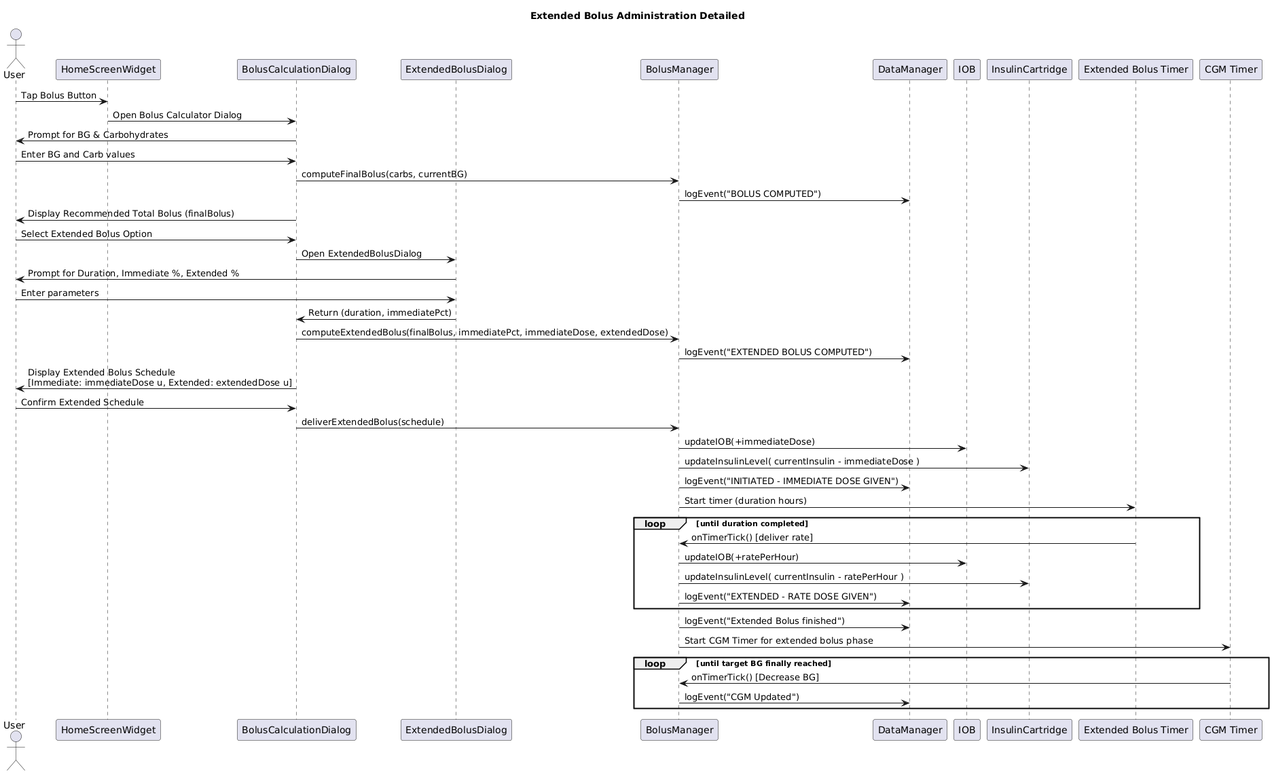
Before: Sequence Diagrams/ExtendedBolus.png, a diagram exported from PlantUML (nik3tR/Insulin-Pump-Sim).
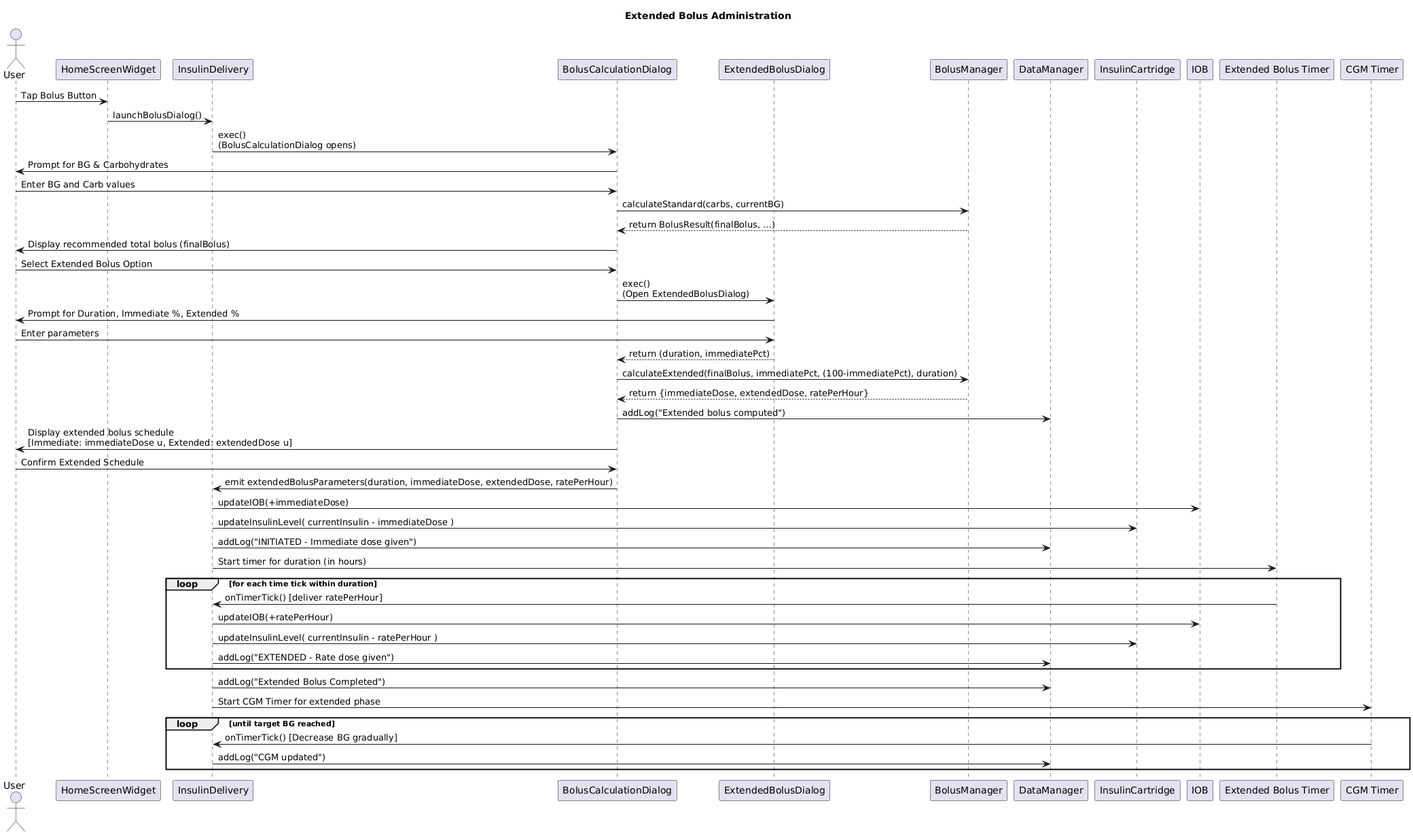
The same file after the commit.

What changed in the source:
```diff
@@ -1,53 +1,56 @@
 @startuml
-title Extended Bolus Administration Detailed
+title Extended Bolus Administration
 
 actor User
 participant "HomeScreenWidget" as HS
+participant "InsulinDelivery" as ID
 participant "BolusCalculationDialog" as BCD
 participant "ExtendedBolusDialog" as EBD
 participant "BolusManager" as BM
 participant "DataManager" as DM
+participant "InsulinCartridge" as IC
 participant "IOB" as IOB
-participant "InsulinCartridge" as IC
 participant "Extended Bolus Timer" as ExtTimer
-participant "CGM Timer" as CGM_Timer
+participant "CGM Timer" as CGMTimer
 
 User -> HS: Tap Bolus Button
-HS -> BCD: Open Bolus Calculator Dialog
+HS -> ID: launchBolusDialog()
+ID -> BCD: exec() \n(BolusCalculationDialog opens)
 BCD -> User: Prompt for BG & Carbohydrates
 User -> BCD: Enter BG and Carb values
-BCD -> BM: computeFinalBolus(carbs, currentBG)
-BM -> DM: logEvent("BOLUS COMPUTED")
-BCD -> User: Display Recommended Total Bolus (finalBolus)
+BCD -> BM: calculateStandard(carbs, currentBG)
+BM --> BCD: return BolusResult(finalBolus, …)
+BCD -> User: Display recommended total bolus (finalBolus)
 
 User -> BCD: Select Extended Bolus Option
-BCD -> EBD: Open ExtendedBolusDialog
+BCD -> EBD: exec() \n(Open ExtendedBolusDialog)
 EBD -> User: Prompt for Duration, Immediate %, Extended %
 User -> EBD: Enter parameters
-EBD -> BCD: Return (duration, immediatePct)
+EBD --> BCD: return (duration, immediatePct)
 
-BCD -> BM: computeExtendedBolus(finalBolus, immediatePct, immediateDose, extendedDose)
-BM -> DM: logEvent("EXTENDED BOLUS COMPUTED")
-BCD -> User: Display Extended Bolus Schedule\n[Immediate: immediateDose u, Extended: extendedDose u]
+BCD -> BM: calculateExtended(finalBolus, immediatePct, (100-immediatePct), duration)
+BM --> BCD: return {immediateDose, extendedDose, ratePerHour}
+BCD -> DM: addLog("Extended bolus computed")
+BCD -> User: Display extended bolus schedule\n[Immediate: immediateDose u, Extended: extendedDose u]
 User -> BCD: Confirm Extended Schedule
 
-BCD -> BM: deliverExtendedBolus(schedule)
-BM -> IOB: updateIOB(+immediateDose)
-BM -> IC: updateInsulinLevel( currentInsulin - immediateDose )
-BM -> DM: logEvent("INITIATED - IMMEDIATE DOSE GIVEN")
+BCD -> ID: emit extendedBolusParameters(duration, immediateDose, extendedDose, ratePerHour)
+ID -> IOB: updateIOB(+immediateDose)
+ID -> IC: updateInsulinLevel( currentInsulin - immediateDose )
+ID -> DM: addLog("INITIATED - Immediate dose given")
 
-BM -> ExtTimer: Start timer (duration hours)
-loop until duration completed
-    ExtTimer -> BM: onTimerTick() [deliver rate]
-    BM -> IOB: updateIOB(+ratePerHour)
-    BM -> IC: updateInsulinLevel( currentInsulin - ratePerHour )
-    BM -> DM: logEvent("EXTENDED - RATE DOSE GIVEN")
+ID -> ExtTimer: Start timer for duration (in hours)
+loop for each time tick within duration
+    ExtTimer -> ID: onTimerTick() [deliver ratePerHour]
+    ID -> IOB: updateIOB(+ratePerHour)
+    ID -> IC: updateInsulinLevel( currentInsulin - ratePerHour )
+    ID -> DM: addLog("EXTENDED - Rate dose given")
 end
-BM -> DM: logEvent("Extended Bolus finished")
+ID -> DM: addLog("Extended Bolus Completed")
 
-BM -> CGM_Timer: Start CGM Timer for extended bolus phase
-loop until target BG finally reached
-    CGM_Timer -> BM: onTimerTick() [Decrease BG]
-    BM -> DM: logEvent("CGM Updated")
+ID -> CGMTimer: Start CGM Timer for extended phase
+loop until target BG reached
+    CGMTimer -> ID: onTimerTick() [Decrease BG gradually]
+    ID -> DM: addLog("CGM updated")
 end
 @enduml
```
